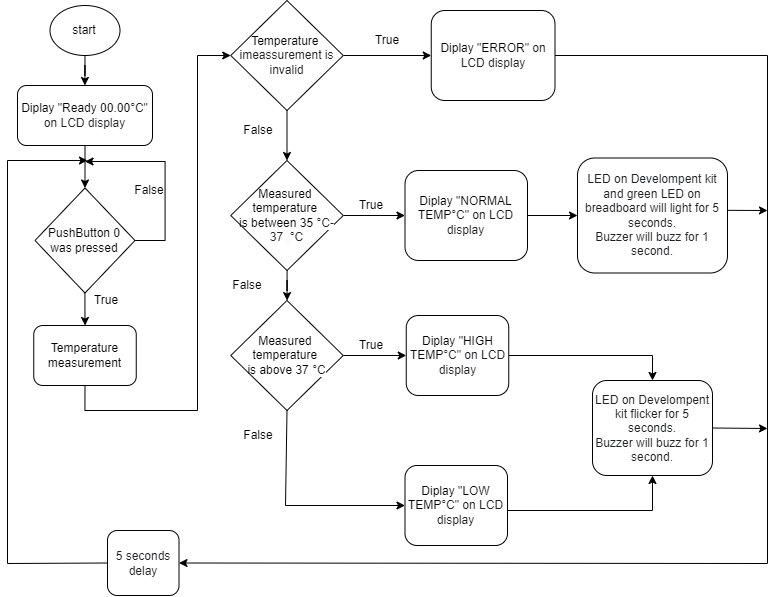
Earlier version of the draw.io export operating_principle.png (DanNeytur/Non-contact-Temperature-Meter). Source tidied: cells renumbered, new cells last; positions are measured from the earlier drawing's top-left corner, leaving out a move shared by most shapes.
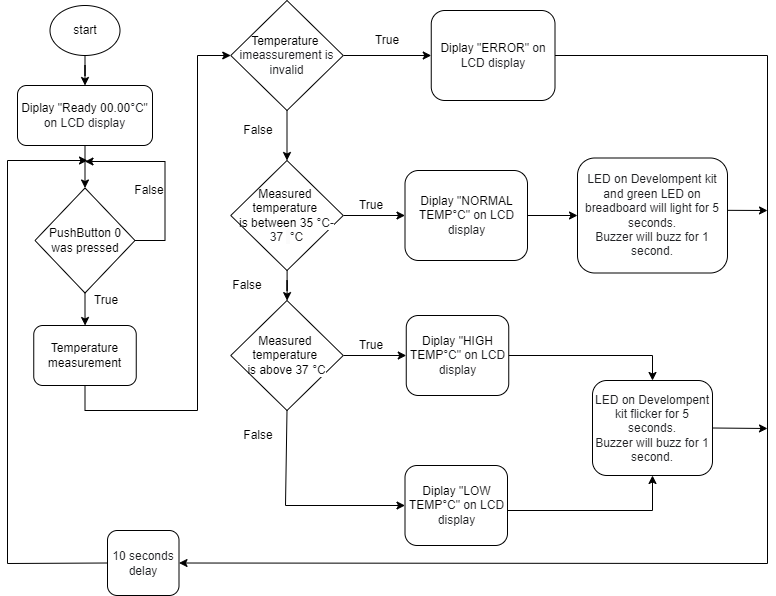
Later version of the same file.

Diff of the diagram source:
```diff
@@ -127,7 +127,7 @@
         </Array>
       </mxGeometry>
     </mxCell>
-    <mxCell id="37" value="&lt;font style=&quot;font-size: 12px;&quot;&gt;&lt;span style=&quot;color: rgb(32, 33, 36); font-family: arial, sans-serif; text-align: right; background-color: rgb(255, 255, 255);&quot;&gt;5 seconds delay&lt;br&gt;&lt;/span&gt;&lt;/font&gt;" style="rounded=1;whiteSpace=wrap;html=1;" parent="1" vertex="1">
+    <mxCell id="37" value="&lt;font style=&quot;font-size: 12px;&quot;&gt;&lt;span style=&quot;color: rgb(32, 33, 36); font-family: arial, sans-serif; text-align: right; background-color: rgb(255, 255, 255);&quot;&gt;10 seconds delay&lt;br&gt;&lt;/span&gt;&lt;/font&gt;" style="rounded=1;whiteSpace=wrap;html=1;" parent="1" vertex="1">
       <mxGeometry x="100" y="530" width="71.5" height="65" as="geometry" />
     </mxCell>
     <mxCell id="38" style="endArrow=classic;html=1;rounded=0;fontSize=12;exitX=0;exitY=0.5;exitDx=0;exitDy=0;" parent="1" edge="1" source="37">
```
